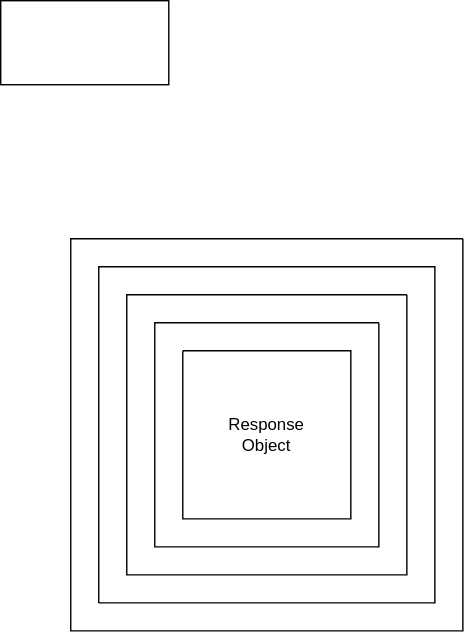
Earlier version of the draw.io export django-request-response.drawio.svg (Shadient/Diagrams). Source tidied: cells renumbered, new cells last; positions are measured from the earlier drawing's top-left corner, leaving out a move shared by most shapes. The source it was exported from:
```xml
<mxGraphModel>
  <root>
    <mxCell id="0" />
    <mxCell id="1" parent="0" />
    <mxCell id="2" value="Response&lt;br&gt;Object" style="text;html=1;strokeColor=none;fillColor=none;align=center;verticalAlign=middle;whiteSpace=wrap;rounded=0;" parent="1" vertex="1">
      <mxGeometry x="160" y="290" width="60" height="40" as="geometry" />
    </mxCell>
    <mxCell id="3" style="endArrow=none;html=1;rounded=0;" parent="1" edge="1">
      <mxGeometry relative="1" as="geometry">
        <mxPoint x="130" y="250" as="sourcePoint" />
        <mxPoint x="130" y="250" as="targetPoint" />
        <Array as="points">
          <mxPoint x="250" y="250" />
          <mxPoint x="250" y="370" />
          <mxPoint x="130" y="370" />
        </Array>
      </mxGeometry>
    </mxCell>
    <mxCell id="4" style="endArrow=none;html=1;rounded=0;" parent="1" edge="1">
      <mxGeometry relative="1" as="geometry">
        <mxPoint x="270" y="230" as="sourcePoint" />
        <mxPoint x="270" y="230" as="targetPoint" />
        <Array as="points">
          <mxPoint x="270" y="390" />
          <mxPoint x="110" y="390" />
          <mxPoint x="110" y="230" />
        </Array>
      </mxGeometry>
    </mxCell>
    <mxCell id="5" style="endArrow=none;html=1;rounded=0;" parent="1" edge="1">
      <mxGeometry relative="1" as="geometry">
        <mxPoint x="290" y="210" as="sourcePoint" />
        <mxPoint x="290" y="210" as="targetPoint" />
        <Array as="points">
          <mxPoint x="290" y="410" />
          <mxPoint x="90" y="410" />
          <mxPoint x="90" y="210" />
        </Array>
      </mxGeometry>
    </mxCell>
    <mxCell id="6" style="endArrow=none;html=1;rounded=0;" parent="1" edge="1">
      <mxGeometry relative="1" as="geometry">
        <mxPoint x="70" y="430" as="sourcePoint" />
        <mxPoint x="70" y="430" as="targetPoint" />
        <Array as="points">
          <mxPoint x="70" y="190" />
          <mxPoint x="310" y="190" />
          <mxPoint x="310" y="430" />
        </Array>
      </mxGeometry>
    </mxCell>
    <mxCell id="7" style="endArrow=none;html=1;rounded=0;" parent="1" edge="1">
      <mxGeometry relative="1" as="geometry">
        <mxPoint x="330" y="170" as="sourcePoint" />
        <mxPoint x="330" y="170" as="targetPoint" />
        <Array as="points">
          <mxPoint x="330" y="450" />
          <mxPoint x="50" y="450" />
          <mxPoint x="50" y="170" />
        </Array>
      </mxGeometry>
    </mxCell>
    <mxCell id="8" style="rounded=0;whiteSpace=wrap;html=1;" parent="1" vertex="1">
      <mxGeometry width="120" height="60" as="geometry" />
    </mxCell>
  </root>
</mxGraphModel>
```
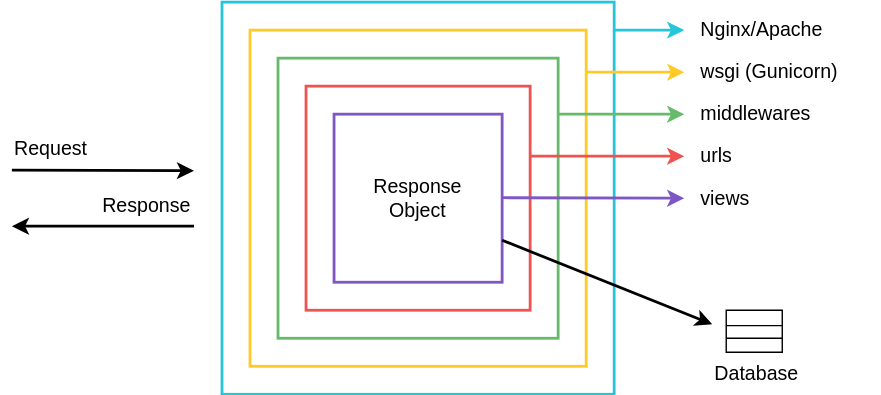
Above is the later version.

The edit, as a diff of the source:
```diff
@@ -2,66 +2,116 @@
   <root>
     <mxCell id="0" />
     <mxCell id="1" parent="0" />
+    <mxCell id="9" style="whiteSpace=wrap;html=1;fillColor=none;strokeWidth=2;strokeColor=#7e57c2;" parent="1" vertex="1">
+      <mxGeometry x="140" y="260" width="120" height="120" as="geometry" />
+    </mxCell>
+    <mxCell id="10" style="whiteSpace=wrap;html=1;fillColor=none;strokeWidth=2;strokeColor=#66bb6a;" parent="1" vertex="1">
+      <mxGeometry x="100" y="220" width="200" height="200" as="geometry" />
+    </mxCell>
+    <mxCell id="11" style="whiteSpace=wrap;html=1;fillColor=none;strokeWidth=2;strokeColor=#ffca28;" parent="1" vertex="1">
+      <mxGeometry x="80" y="200" width="240" height="240" as="geometry" />
+    </mxCell>
+    <mxCell id="12" style="whiteSpace=wrap;html=1;fillColor=none;strokeWidth=2;strokeColor=#26c6da;" parent="1" vertex="1">
+      <mxGeometry x="60" y="180" width="280" height="280" as="geometry" />
+    </mxCell>
+    <mxCell id="13" style="whiteSpace=wrap;html=1;fillColor=none;strokeWidth=2;strokeColor=#ef5350;" parent="1" vertex="1">
+      <mxGeometry x="120" y="240" width="160" height="160" as="geometry" />
+    </mxCell>
-    <mxCell id="2" value="Response&lt;br&gt;Object" style="text;html=1;strokeColor=none;fillColor=none;align=center;verticalAlign=middle;whiteSpace=wrap;rounded=0;" parent="1" vertex="1">
-      <mxGeometry x="160" y="290" width="60" height="40" as="geometry" />
+    <mxCell id="2" value="&lt;font style=&quot;font-size: 14px;&quot;&gt;Response&lt;br&gt;Object&lt;/font&gt;" style="text;html=1;strokeColor=none;fillColor=none;align=center;verticalAlign=middle;whiteSpace=wrap;rounded=0;strokeWidth=2;" parent="1" vertex="1">
+      <mxGeometry x="160" y="290" width="80" height="60" as="geometry" />
     </mxCell>
-    <mxCell id="3" style="endArrow=none;html=1;rounded=0;" parent="1" edge="1">
-      <mxGeometry relative="1" as="geometry">
-        <mxPoint x="130" y="250" as="sourcePoint" />
-        <mxPoint x="130" y="250" as="targetPoint" />
-        <Array as="points">
-          <mxPoint x="250" y="250" />
-          <mxPoint x="250" y="370" />
-          <mxPoint x="130" y="370" />
-        </Array>
-      </mxGeometry>
-    </mxCell>
-    <mxCell id="4" style="endArrow=none;html=1;rounded=0;" parent="1" edge="1">
-      <mxGeometry relative="1" as="geometry">
-        <mxPoint x="270" y="230" as="sourcePoint" />
-        <mxPoint x="270" y="230" as="targetPoint" />
-        <Array as="points">
-          <mxPoint x="270" y="390" />
-          <mxPoint x="110" y="390" />
-          <mxPoint x="110" y="230" />
-        </Array>
-      </mxGeometry>
-    </mxCell>
-    <mxCell id="5" style="endArrow=none;html=1;rounded=0;" parent="1" edge="1">
-      <mxGeometry relative="1" as="geometry">
-        <mxPoint x="290" y="210" as="sourcePoint" />
-        <mxPoint x="290" y="210" as="targetPoint" />
-        <Array as="points">
-          <mxPoint x="290" y="410" />
-          <mxPoint x="90" y="410" />
-          <mxPoint x="90" y="210" />
-        </Array>
-      </mxGeometry>
-    </mxCell>
-    <mxCell id="6" style="endArrow=none;html=1;rounded=0;" parent="1" edge="1">
-      <mxGeometry relative="1" as="geometry">
-        <mxPoint x="70" y="430" as="sourcePoint" />
-        <mxPoint x="70" y="430" as="targetPoint" />
-        <Array as="points">
-          <mxPoint x="70" y="190" />
-          <mxPoint x="310" y="190" />
-          <mxPoint x="310" y="430" />
-        </Array>
-      </mxGeometry>
-    </mxCell>
-    <mxCell id="7" style="endArrow=none;html=1;rounded=0;" parent="1" edge="1">
-      <mxGeometry relative="1" as="geometry">
-        <mxPoint x="330" y="170" as="sourcePoint" />
-        <mxPoint x="330" y="170" as="targetPoint" />
-        <Array as="points">
-          <mxPoint x="330" y="450" />
-          <mxPoint x="50" y="450" />
-          <mxPoint x="50" y="170" />
-        </Array>
-      </mxGeometry>
-    </mxCell>
-    <mxCell id="8" style="rounded=0;whiteSpace=wrap;html=1;" parent="1" vertex="1">
-      <mxGeometry width="120" height="60" as="geometry" />
-    </mxCell>
+    <mxCell id="14" style="endArrow=classic;html=1;rounded=0;strokeWidth=2;strokeColor=#26C6DA;" parent="1" edge="1">
+      <mxGeometry relative="1" as="geometry">
+        <mxPoint x="340" y="200" as="sourcePoint" />
+        <mxPoint x="390" y="200" as="targetPoint" />
+      </mxGeometry>
+    </mxCell>
+    <mxCell id="15" style="endArrow=classic;html=1;rounded=0;strokeWidth=2;strokeColor=#FFCA28;" parent="1" edge="1">
+      <mxGeometry relative="1" as="geometry">
+        <mxPoint x="320" y="230" as="sourcePoint" />
+        <mxPoint x="390" y="230" as="targetPoint" />
+      </mxGeometry>
+    </mxCell>
+    <mxCell id="16" style="endArrow=classic;html=1;rounded=0;strokeWidth=2;strokeColor=#7E57C2;" parent="1" edge="1">
+      <mxGeometry relative="1" as="geometry">
+        <mxPoint x="260" y="319.7" as="sourcePoint" />
+        <mxPoint x="390" y="320" as="targetPoint" />
+      </mxGeometry>
+    </mxCell>
+    <mxCell id="17" style="endArrow=classic;html=1;rounded=0;strokeWidth=2;strokeColor=#EF5350;" parent="1" edge="1">
+      <mxGeometry relative="1" as="geometry">
+        <mxPoint x="280" y="290" as="sourcePoint" />
+        <mxPoint x="390" y="290" as="targetPoint" />
+      </mxGeometry>
+    </mxCell>
+    <mxCell id="18" style="endArrow=classic;html=1;rounded=0;strokeWidth=2;strokeColor=#66BB6A;" parent="1" edge="1">
+      <mxGeometry relative="1" as="geometry">
+        <mxPoint x="300" y="260" as="sourcePoint" />
+        <mxPoint x="390" y="260" as="targetPoint" />
+      </mxGeometry>
+    </mxCell>
+    <mxCell id="19" style="endArrow=classic;html=1;rounded=0;strokeWidth=2;" parent="1" edge="1">
+      <mxGeometry relative="1" as="geometry">
+        <mxPoint x="260" y="350" as="sourcePoint" />
+        <mxPoint x="410" y="410" as="targetPoint" />
+      </mxGeometry>
+    </mxCell>
+    <mxCell id="20" style="endArrow=classic;html=1;rounded=0;strokeWidth=2;" parent="1" edge="1">
+      <mxGeometry relative="1" as="geometry">
+        <mxPoint x="-90" y="300" as="sourcePoint" />
+        <mxPoint x="40" y="300.3" as="targetPoint" />
+      </mxGeometry>
+    </mxCell>
+    <mxCell id="21" style="endArrow=classic;html=1;rounded=0;strokeWidth=2;" parent="1" edge="1">
+      <mxGeometry relative="1" as="geometry">
+        <mxPoint x="40" y="340" as="sourcePoint" />
+        <mxPoint x="-90" y="340" as="targetPoint" />
+      </mxGeometry>
+    </mxCell>
+    <mxCell id="22" value="Request" style="text;html=1;strokeColor=none;fillColor=none;align=left;verticalAlign=middle;whiteSpace=wrap;rounded=0;fontSize=14;" parent="1" vertex="1">
+      <mxGeometry x="-90" y="270" width="70" height="30" as="geometry" />
+    </mxCell>
+    <mxCell id="23" value="Response" style="text;html=1;strokeColor=none;fillColor=none;align=right;verticalAlign=middle;whiteSpace=wrap;rounded=0;fontSize=14;" parent="1" vertex="1">
+      <mxGeometry x="-30" y="310" width="70" height="30" as="geometry" />
+    </mxCell>
+    <mxCell id="24" value="Nginx/Apache" style="text;html=1;strokeColor=none;fillColor=none;align=left;verticalAlign=middle;whiteSpace=wrap;rounded=0;fontSize=14;" parent="1" vertex="1">
+      <mxGeometry x="400" y="190" width="120" height="20" as="geometry" />
+    </mxCell>
+    <mxCell id="25" value="wsgi (Gunicorn)" style="text;html=1;strokeColor=none;fillColor=none;align=left;verticalAlign=middle;whiteSpace=wrap;rounded=0;fontSize=14;" parent="1" vertex="1">
+      <mxGeometry x="400" y="220" width="120" height="20" as="geometry" />
+    </mxCell>
+    <mxCell id="26" value="middlewares" style="text;html=1;strokeColor=none;fillColor=none;align=left;verticalAlign=middle;whiteSpace=wrap;rounded=0;fontSize=14;" parent="1" vertex="1">
+      <mxGeometry x="400" y="250" width="120" height="20" as="geometry" />
+    </mxCell>
+    <mxCell id="27" value="urls" style="text;html=1;strokeColor=none;fillColor=none;align=left;verticalAlign=middle;whiteSpace=wrap;rounded=0;fontSize=14;" parent="1" vertex="1">
+      <mxGeometry x="400" y="280" width="120" height="20" as="geometry" />
+    </mxCell>
+    <mxCell id="28" value="views" style="text;html=1;strokeColor=none;fillColor=none;align=left;verticalAlign=middle;whiteSpace=wrap;rounded=0;fontSize=14;" parent="1" vertex="1">
+      <mxGeometry x="400" y="310" width="120" height="20" as="geometry" />
+    </mxCell>
+    <mxCell id="29" style="shape=table;startSize=0;" parent="1" vertex="1">
+      <mxGeometry x="420" y="400" width="40" height="30" as="geometry" />
+    </mxCell>
+    <mxCell id="30" style="shape=tableRow;horizontal=0;startSize=0;swimlaneHead=0;swimlaneBody=0;strokeColor=inherit;top=0;left=0;bottom=0;right=0;fillColor=none;" parent="29" vertex="1">
+      <mxGeometry width="40" height="11" as="geometry" />
+    </mxCell>
+    <mxCell id="31" style="shape=partialRectangle;html=1;whiteSpace=wrap;strokeColor=inherit;overflow=hidden;fillColor=none;top=0;left=0;bottom=0;right=0;" parent="30" vertex="1">
+      <mxGeometry width="40" height="11" as="geometry" />
+    </mxCell>
+    <mxCell id="32" style="shape=tableRow;horizontal=0;startSize=0;swimlaneHead=0;swimlaneBody=0;strokeColor=inherit;top=0;left=0;bottom=0;right=0;fillColor=none;" parent="29" vertex="1">
+      <mxGeometry y="11" width="40" height="9" as="geometry" />
+    </mxCell>
+    <mxCell id="33" style="shape=partialRectangle;html=1;whiteSpace=wrap;strokeColor=inherit;overflow=hidden;fillColor=none;top=0;left=0;bottom=0;right=0;" parent="32" vertex="1">
+      <mxGeometry width="40" height="9" as="geometry" />
+    </mxCell>
+    <mxCell id="34" style="shape=tableRow;horizontal=0;startSize=0;swimlaneHead=0;swimlaneBody=0;strokeColor=inherit;top=0;left=0;bottom=0;right=0;fillColor=none;" parent="29" vertex="1">
+      <mxGeometry y="20" width="40" height="10" as="geometry" />
+    </mxCell>
+    <mxCell id="35" style="shape=partialRectangle;html=1;whiteSpace=wrap;strokeColor=inherit;overflow=hidden;fillColor=none;top=0;left=0;bottom=0;right=0;" parent="34" vertex="1">
+      <mxGeometry width="40" height="10" as="geometry" />
+    </mxCell>
+    <mxCell id="36" value="Database" style="text;html=1;strokeColor=none;fillColor=none;align=left;verticalAlign=middle;whiteSpace=wrap;rounded=0;fontSize=14;" parent="1" vertex="1">
+      <mxGeometry x="410" y="430" width="120" height="30" as="geometry" />
+    </mxCell>
   </root>
 </mxGraphModel>
```
